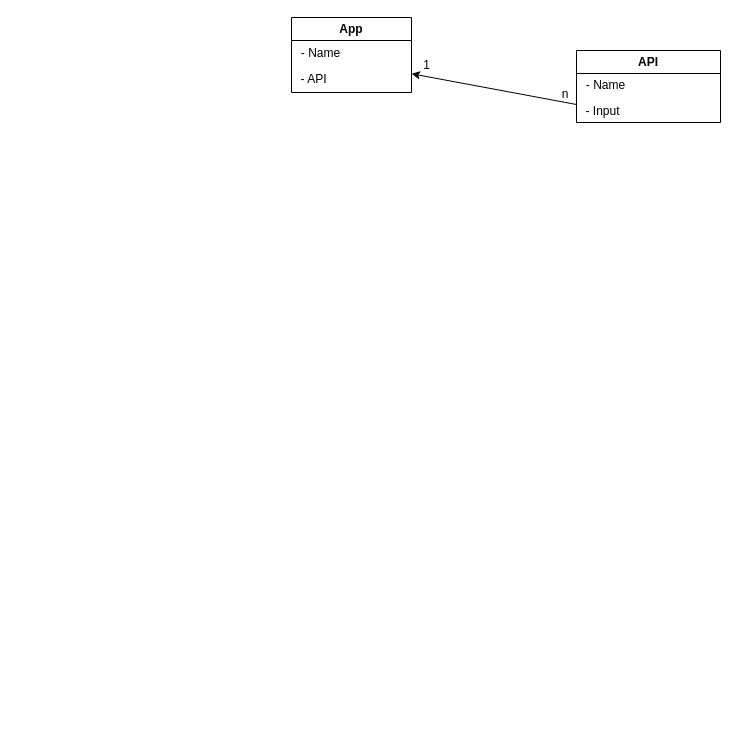
Earlier version of the draw.io diagram page "Trang-7" (7 of 9) of user_diagram.drawio (LTDat-HustK65/GP_main_system). Source tidied: cells renumbered, new cells numbered last; positions are measured from the earlier drawing's top-left corner, leaving out a move shared by most shapes. Both pictures are drawn from the tidied source at 100%, with x=0, y=0 at pixel (291, 17).
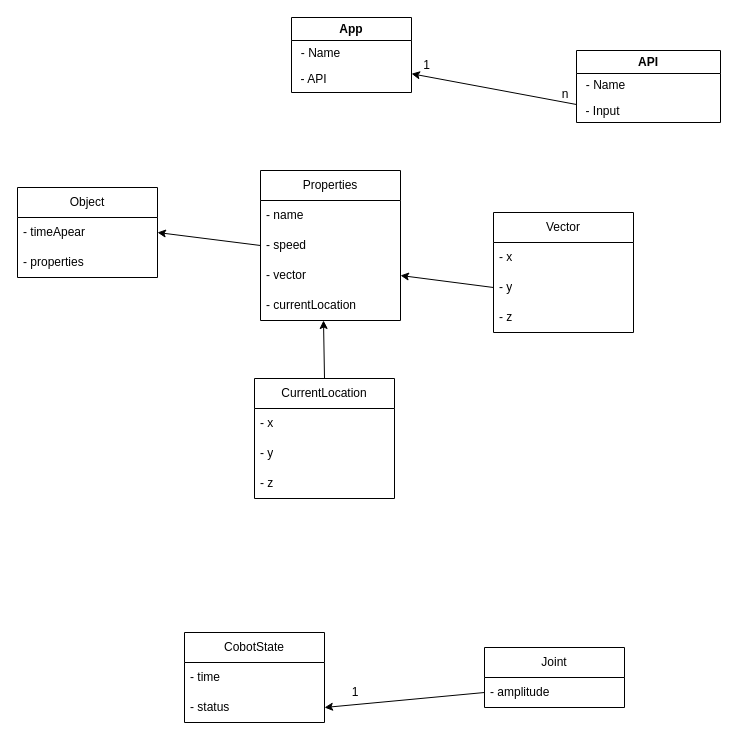
The same diagram, later.

The edit, as a diff of the source:
```diff
@@
+    <mxCell id="11" value="Object" style="swimlane;fontStyle=0;horizontal=1;startSize=30;whiteSpace=wrap;html=1;" parent="1" vertex="1">
+      <mxGeometry x="-274" y="170" width="140" height="90" as="geometry" />
+    </mxCell>
+    <mxCell id="12" value="-&amp;nbsp;timeApear" style="text;strokeColor=none;fillColor=none;align=left;verticalAlign=middle;spacingLeft=4;spacingRight=4;overflow=hidden;points=[[0,0.5],[1,0.5]];portConstraint=eastwest;whiteSpace=wrap;html=1;" parent="11" vertex="1">
+      <mxGeometry y="30" width="140" height="30" as="geometry" />
+    </mxCell>
+    <mxCell id="13" value="-&amp;nbsp;properties" style="text;strokeColor=none;fillColor=none;align=left;verticalAlign=middle;spacingLeft=4;spacingRight=4;overflow=hidden;whiteSpace=wrap;html=1;" parent="11" vertex="1">
+      <mxGeometry y="60" width="140" height="30" as="geometry" />
+    </mxCell>
+    <mxCell id="14" value="Properties" style="swimlane;fontStyle=0;horizontal=1;startSize=30;whiteSpace=wrap;html=1;" parent="1" vertex="1">
+      <mxGeometry x="-31" y="153" width="140" height="150" as="geometry" />
+    </mxCell>
+    <mxCell id="15" value="- name" style="text;strokeColor=none;fillColor=none;align=left;verticalAlign=middle;spacingLeft=4;spacingRight=4;overflow=hidden;whiteSpace=wrap;html=1;" parent="14" vertex="1">
+      <mxGeometry y="30" width="140" height="30" as="geometry" />
+    </mxCell>
+    <mxCell id="16" value="-&amp;nbsp;speed" style="text;strokeColor=none;fillColor=none;align=left;verticalAlign=middle;spacingLeft=4;spacingRight=4;overflow=hidden;points=[[0,0.5],[1,0.5]];portConstraint=eastwest;whiteSpace=wrap;html=1;" parent="14" vertex="1">
+      <mxGeometry y="60" width="140" height="30" as="geometry" />
+    </mxCell>
+    <mxCell id="17" value="-&amp;nbsp;vector" style="text;strokeColor=none;fillColor=none;align=left;verticalAlign=middle;spacingLeft=4;spacingRight=4;overflow=hidden;points=[[0,0.5],[1,0.5]];portConstraint=eastwest;whiteSpace=wrap;html=1;" parent="14" vertex="1">
+      <mxGeometry y="90" width="140" height="30" as="geometry" />
+    </mxCell>
+    <mxCell id="18" value="-&amp;nbsp;currentLocation" style="text;strokeColor=none;fillColor=none;align=left;verticalAlign=middle;spacingLeft=4;spacingRight=4;overflow=hidden;points=[[0,0.5],[1,0.5]];portConstraint=eastwest;whiteSpace=wrap;html=1;" parent="14" vertex="1">
+      <mxGeometry y="120" width="140" height="30" as="geometry" />
+    </mxCell>
+    <mxCell id="19" value="Vector" style="swimlane;fontStyle=0;horizontal=1;startSize=30;whiteSpace=wrap;html=1;" parent="1" vertex="1">
+      <mxGeometry x="202" y="195" width="140" height="120" as="geometry" />
+    </mxCell>
+    <mxCell id="20" value="- x" style="text;strokeColor=none;fillColor=none;align=left;verticalAlign=middle;spacingLeft=4;spacingRight=4;overflow=hidden;whiteSpace=wrap;html=1;" parent="19" vertex="1">
+      <mxGeometry y="30" width="140" height="30" as="geometry" />
+    </mxCell>
+    <mxCell id="21" value="- y" style="text;strokeColor=none;fillColor=none;align=left;verticalAlign=middle;spacingLeft=4;spacingRight=4;overflow=hidden;points=[[0,0.5],[1,0.5]];portConstraint=eastwest;whiteSpace=wrap;html=1;" parent="19" vertex="1">
+      <mxGeometry y="60" width="140" height="30" as="geometry" />
+    </mxCell>
+    <mxCell id="22" value="- z" style="text;strokeColor=none;fillColor=none;align=left;verticalAlign=middle;spacingLeft=4;spacingRight=4;overflow=hidden;whiteSpace=wrap;html=1;" parent="19" vertex="1">
+      <mxGeometry y="90" width="140" height="30" as="geometry" />
+    </mxCell>
+    <mxCell id="23" value="CurrentLocation" style="swimlane;fontStyle=0;horizontal=1;startSize=30;whiteSpace=wrap;html=1;" parent="1" vertex="1">
+      <mxGeometry x="-37" y="361" width="140" height="120" as="geometry" />
+    </mxCell>
+    <mxCell id="24" value="- x" style="text;strokeColor=none;fillColor=none;align=left;verticalAlign=middle;spacingLeft=4;spacingRight=4;overflow=hidden;whiteSpace=wrap;html=1;" parent="23" vertex="1">
+      <mxGeometry y="30" width="140" height="30" as="geometry" />
+    </mxCell>
+    <mxCell id="25" value="- y" style="text;strokeColor=none;fillColor=none;align=left;verticalAlign=middle;spacingLeft=4;spacingRight=4;overflow=hidden;whiteSpace=wrap;html=1;" parent="23" vertex="1">
+      <mxGeometry y="60" width="140" height="30" as="geometry" />
+    </mxCell>
+    <mxCell id="26" value="- z" style="text;strokeColor=none;fillColor=none;align=left;verticalAlign=middle;spacingLeft=4;spacingRight=4;overflow=hidden;whiteSpace=wrap;html=1;" parent="23" vertex="1">
+      <mxGeometry y="90" width="140" height="30" as="geometry" />
+    </mxCell>
+    <mxCell id="27" style="endArrow=classic;html=1;rounded=0;exitX=0;exitY=0.5;exitDx=0;exitDy=0;entryX=1;entryY=0.5;entryDx=0;entryDy=0;" parent="1" edge="1" source="16" target="12">
+      <mxGeometry relative="1" as="geometry" />
+    </mxCell>
+    <mxCell id="28" style="endArrow=classic;html=1;rounded=0;exitX=0;exitY=0.5;exitDx=0;exitDy=0;entryX=1;entryY=0.5;entryDx=0;entryDy=0;" parent="1" edge="1" source="21" target="17">
+      <mxGeometry relative="1" as="geometry" />
+    </mxCell>
+    <mxCell id="29" style="endArrow=classic;html=1;rounded=0;exitX=0.5;exitY=0;exitDx=0;exitDy=0;entryX=0.45;entryY=1;entryDx=0;entryDy=0;entryPerimeter=0;" parent="1" edge="1" source="23" target="18">
+      <mxGeometry relative="1" as="geometry" />
+    </mxCell>
+    <mxCell id="30" value="CobotState" style="swimlane;fontStyle=0;horizontal=1;startSize=30;whiteSpace=wrap;html=1;" parent="1" vertex="1">
+      <mxGeometry x="-107" y="615" width="140" height="90" as="geometry" />
+    </mxCell>
+    <mxCell id="31" value="- time" style="text;strokeColor=none;fillColor=none;align=left;verticalAlign=middle;spacingLeft=4;spacingRight=4;overflow=hidden;whiteSpace=wrap;html=1;" parent="30" vertex="1">
+      <mxGeometry y="30" width="140" height="30" as="geometry" />
+    </mxCell>
+    <mxCell id="32" value="- status" style="text;strokeColor=none;fillColor=none;align=left;verticalAlign=middle;spacingLeft=4;spacingRight=4;overflow=hidden;points=[[0,0.5],[1,0.5]];portConstraint=eastwest;whiteSpace=wrap;html=1;" parent="30" vertex="1">
+      <mxGeometry y="60" width="140" height="30" as="geometry" />
+    </mxCell>
+    <mxCell id="33" value="Joint" style="swimlane;fontStyle=0;horizontal=1;startSize=30;whiteSpace=wrap;html=1;" parent="1" vertex="1">
+      <mxGeometry x="193" y="630" width="140" height="60" as="geometry" />
+    </mxCell>
+    <mxCell id="34" value="- amplitude" style="text;strokeColor=none;fillColor=none;align=left;verticalAlign=middle;spacingLeft=4;spacingRight=4;overflow=hidden;points=[[0,0.5],[1,0.5]];portConstraint=eastwest;whiteSpace=wrap;html=1;" parent="33" vertex="1">
+      <mxGeometry y="30" width="140" height="30" as="geometry" />
+    </mxCell>
+    <mxCell id="35" style="endArrow=classic;html=1;rounded=0;exitX=0;exitY=0.5;exitDx=0;exitDy=0;entryX=1;entryY=0.5;entryDx=0;entryDy=0;" parent="1" edge="1" source="34" target="32">
+      <mxGeometry relative="1" as="geometry" />
+    </mxCell>
+    <mxCell id="36" value="1" style="text;html=1;align=center;verticalAlign=middle;whiteSpace=wrap;rounded=0;" parent="1" vertex="1">
+      <mxGeometry x="43" y="660" width="42" height="30" as="geometry" />
+    </mxCell>
```
